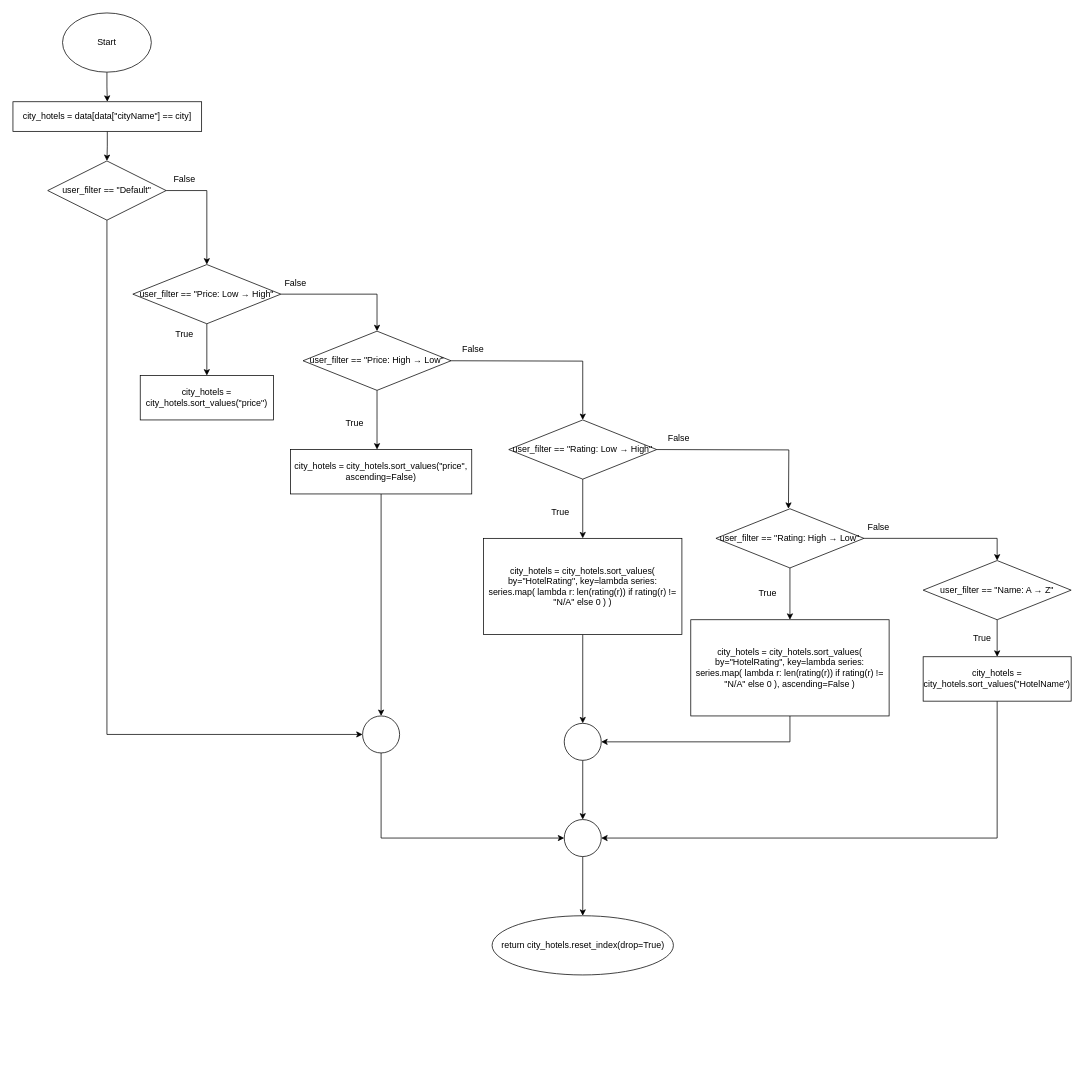
zyyappp/travel-reservation-system keeps this draw.io diagram as page "apply_filter(data, city, user_filter)" (2 of 5) of flowcharts/hotel.drawio. Above is the earlier version. Source tidied: cells renumbered, new cells numbered last; positions are measured from the earlier drawing's top-left corner, leaving out a move shared by most shapes. Both pictures are drawn from the tidied source at 74%, with x=0, y=0 at pixel (13, 13).
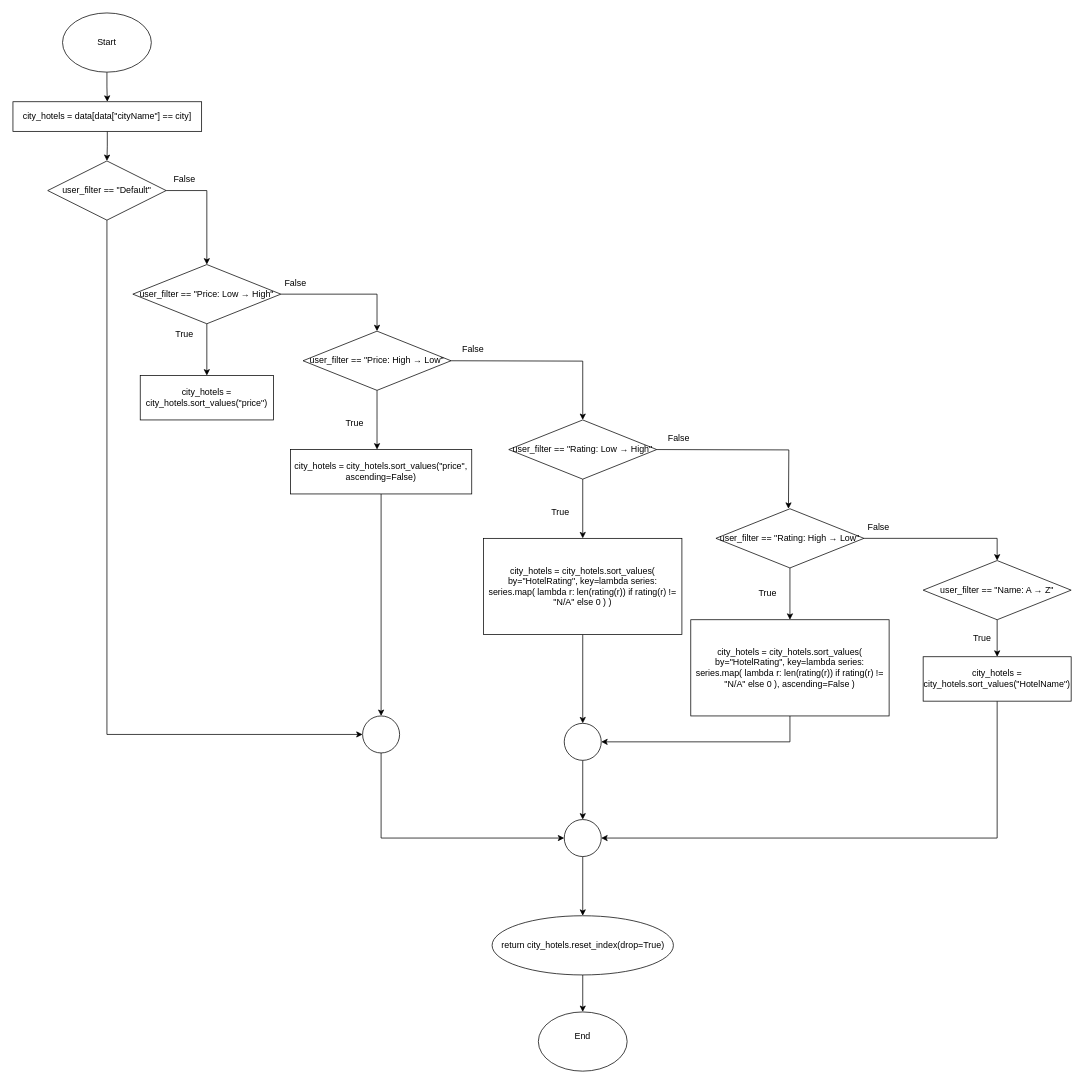
Above is the later version.

The change refers to these unchanged cells:
```xml
<mxCell id="46" value="return city_hotels.reset_index(drop=True)" style="ellipse;whiteSpace=wrap;html=1;shapeInside=1;" parent="1" vertex="1">
  <mxGeometry x="647.5" y="1220" width="245" height="80" as="geometry" />
</mxCell>
```

The edit, as a diff of the source:
```diff
@@
+    <mxCell id="49" style="edgeStyle=orthogonalEdgeStyle;rounded=0;jettySize=auto;html=1;entryX=0.5;entryY=0;entryDx=0;entryDy=0;" parent="1" edge="1" source="46" target="50">
+      <mxGeometry relative="1" as="geometry" />
+    </mxCell>
@@
+    <mxCell id="50" value="End&lt;div&gt;&lt;br/&gt;&lt;/div&gt;" style="ellipse;whiteSpace=wrap;html=1;shapeInside=1;" parent="1" vertex="1">
+      <mxGeometry x="710" y="1350" width="120" height="80" as="geometry" />
+    </mxCell>
```
